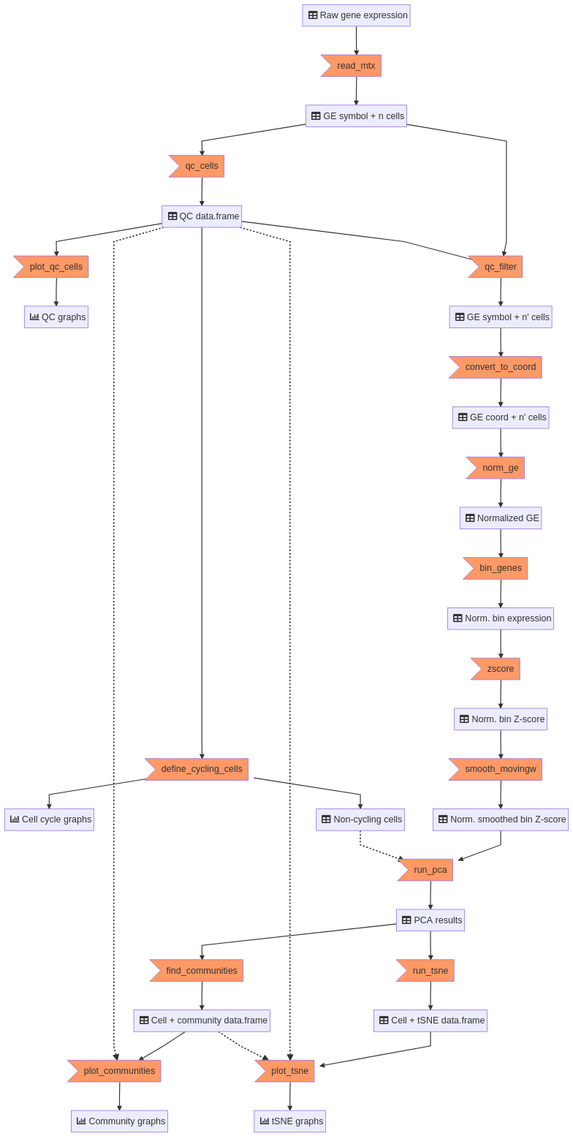
Before: docs/flowchart-cnasignal.png, a diagram exported from Mermaid (jmonlong/scCNAutils). Its source is kept beside it as docs/flowchart-cnasignal.mmd.
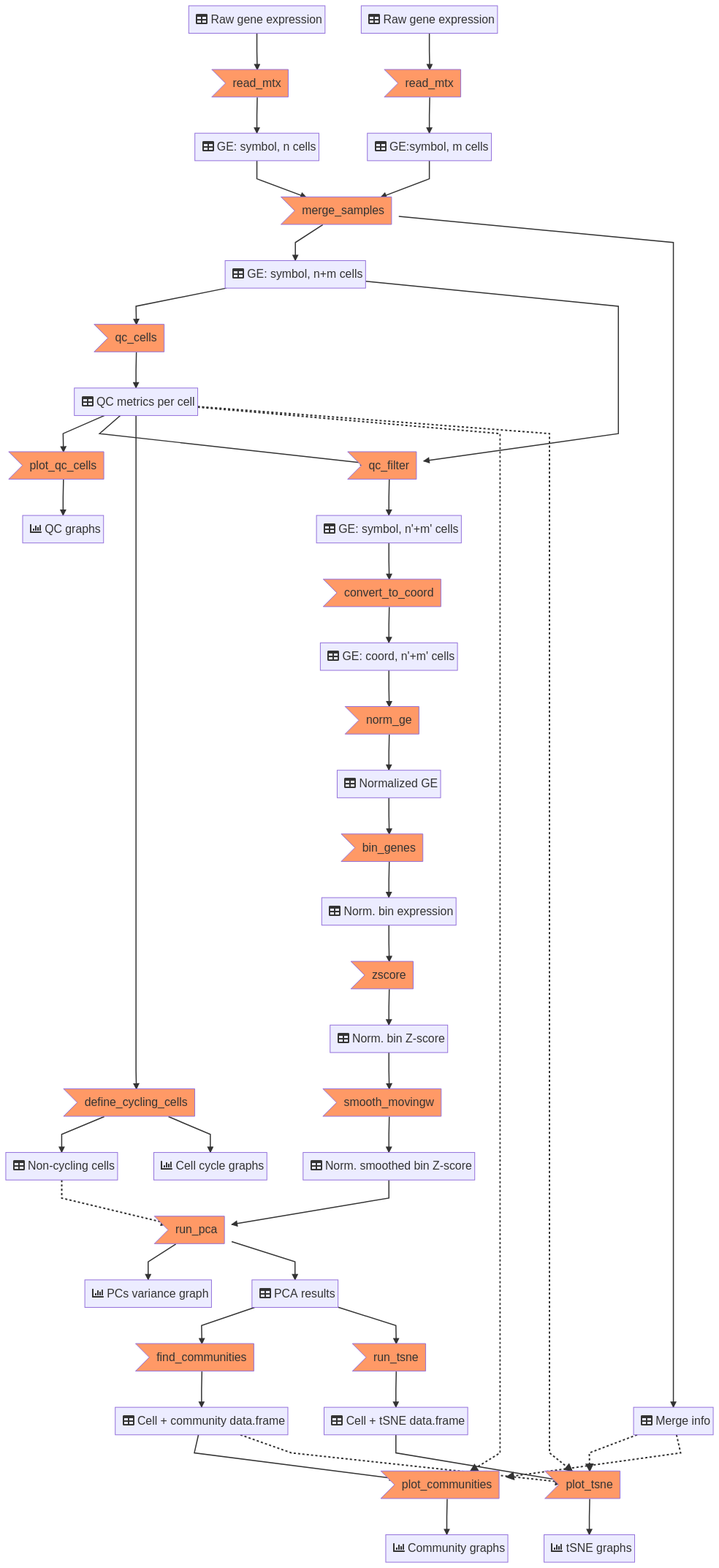
After the change.

The edit, as a diff of the source:
```diff
@@ -1,18 +1,24 @@
 graph TD
 A[fa:fa-table Raw gene expression] --> B>read_mtx]
-B --> C[fa:fa-table GE symbol + n cells]
-C --> D>qc_cells]
-D --> E[fa:fa-table QC data.frame]
+B --> C[fa:fa-table GE: symbol, n cells]
+AA[fa:fa-table Raw gene expression] --> BB>read_mtx]
+BB --> CC[fa:fa-table GE:symbol, m cells]
+
+C --> ms>merge_samples]
+CC --> ms>merge_samples]
+ms --> MS[fa:fa-table GE: symbol, n+m cells]
+
+MS --> D>qc_cells]
+D --> E[fa:fa-table QC metrics per cell]
 E --> E1>plot_qc_cells]
 E1 --> E2[fa:fa-chart-bar QC graphs]
-E --> E3>define_cycling_cells]
-E3 --> E4[fa:fa-chart-bar Cell cycle graphs]
-E3 --> E5[fa:fa-table Non-cycling cells]
-C --> F>qc_filter]
+
+MS --> F>qc_filter]
 E --> F>qc_filter]
-F --> G[fa:fa-table GE symbol + n' cells]
+F --> G[fa:fa-table GE: symbol, n'+m' cells]
+
 G --> H>convert_to_coord]
-H --> I[fa:fa-table GE coord + n' cells]
+H --> I[fa:fa-table GE: coord, n'+m' cells]
 I --> J>norm_ge]
 J --> JJ[fa:fa-table Normalized GE]
 JJ --> K>bin_genes]
@@ -21,14 +27,26 @@
 L --> LL[fa:fa-table Norm. bin Z-score]
 LL --> M>smooth_movingw]
 M --> MM[fa:fa-table Norm. smoothed bin Z-score]
+
+E --> E3>define_cycling_cells]
+E3 --> E5[fa:fa-table Non-cycling cells]
+E3 --> E4[fa:fa-chart-bar Cell cycle graphs]
+
 MM --> N>run_pca]
 E5 -.-> N
+N --> NNN[fa:fa-chart-bar PCs variance graph]
 N --> NN[fa:fa-table PCA results]
+
 NN --> O>find_communities]
 O --> OO[fa:fa-table Cell + community data.frame]
 OO --> O2>plot_communities]
 O2 --> O3[fa:fa-chart-bar Community graphs]
 E -.-> O2
+
+ms --> MS2[fa:fa-table Merge info]
+MS2 -.-> P2
+MS2 -.-> O2
+
 NN --> P>run_tsne]
 P --> PP[fa:fa-table Cell + tSNE data.frame]
 PP --> P2>plot_tsne]
@@ -36,5 +54,6 @@
 E -.-> P2
 OO -.-> P2
 
+
 classDef orange fill:#f96;
-class B,D,E1,E3,F,H,J,K,L,M,N,O,O2,P,P2 orange
+class ms,B,BB,D,E1,E3,F,H,J,K,L,M,N,O,O2,P,P2 orange
```
